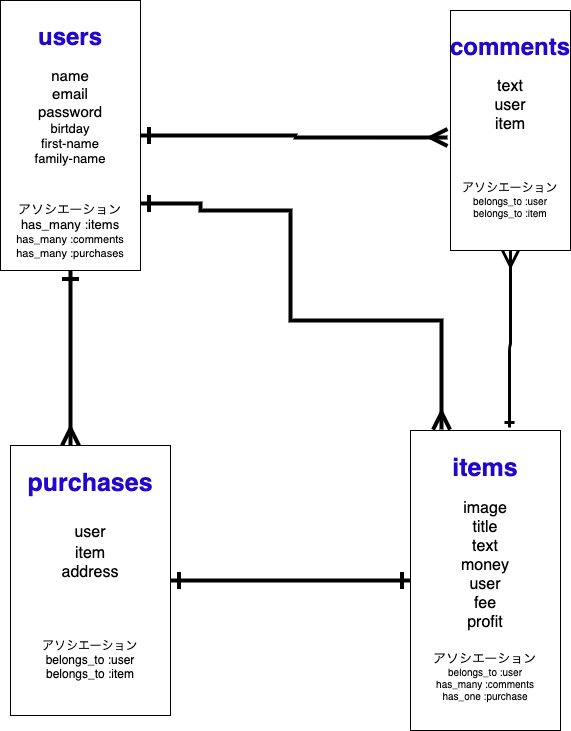
The draw.io diagram furima-28377 ER図.png in ryo-suzuki-seamagic/furima_28377, before a commit. Source tidied: cells renumbered, new cells last; positions are measured from the earlier drawing's top-left corner, leaving out a move shared by most shapes.
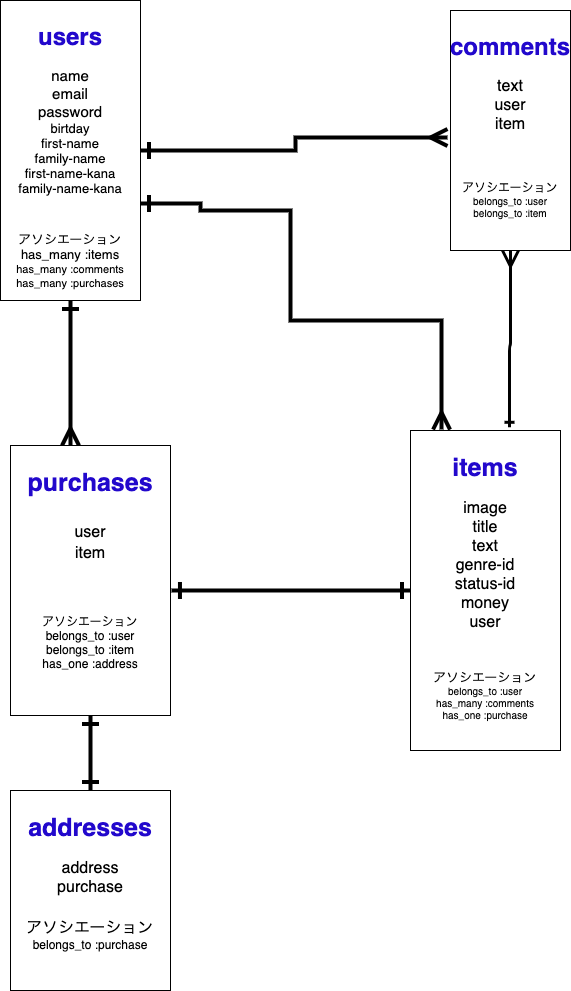
Above is the later version.

Commit message:
ER図、テーブル設計、remake2

Change to the diagram source:
```diff
@@ -22,20 +22,26 @@
     <mxCell id="5" style="edgeStyle=orthogonalEdgeStyle;rounded=0;jettySize=auto;html=1;exitX=0.5;exitY=1;exitDx=0;exitDy=0;entryX=0.375;entryY=0;entryDx=0;entryDy=0;entryPerimeter=0;startArrow=ERone;startFill=0;startSize=12;endArrow=ERmany;endFill=0;endSize=12;strokeWidth=4;" parent="1" edge="1" source="6" target="10">
       <mxGeometry relative="1" as="geometry" />
     </mxCell>
-    <mxCell id="6" value="&lt;h1&gt;&lt;font color=&quot;#2208cc&quot;&gt;users&lt;/font&gt;&lt;/h1&gt;&lt;div style=&quot;font-size: 15px&quot;&gt;&lt;font style=&quot;font-size: 15px&quot;&gt;name&lt;/font&gt;&lt;/div&gt;&lt;div style=&quot;font-size: 15px&quot;&gt;&lt;font style=&quot;font-size: 15px&quot;&gt;email&lt;/font&gt;&lt;/div&gt;&lt;div style=&quot;font-size: 15px&quot;&gt;&lt;font style=&quot;font-size: 15px&quot;&gt;password&lt;/font&gt;&lt;/div&gt;&lt;div style=&quot;font-size: 13px&quot;&gt;birtday&lt;/div&gt;&lt;div style=&quot;font-size: 13px&quot;&gt;first-name&lt;/div&gt;&lt;div style=&quot;font-size: 13px&quot;&gt;family-name&lt;/div&gt;&lt;div style=&quot;font-size: 15px&quot;&gt;&lt;font style=&quot;font-size: 15px&quot;&gt;&lt;br&gt;&lt;/font&gt;&lt;/div&gt;&lt;div style=&quot;font-size: 15px&quot;&gt;&lt;font style=&quot;font-size: 15px&quot;&gt;&lt;br&gt;&lt;/font&gt;&lt;/div&gt;&lt;div&gt;&lt;font style=&quot;font-size: 13px&quot;&gt;アソシエーション&lt;/font&gt;&lt;/div&gt;&lt;div&gt;&lt;font style=&quot;font-size: 13px&quot;&gt;has_many :items&lt;/font&gt;&lt;/div&gt;&lt;div&gt;&lt;font style=&quot;font-size: 11px&quot;&gt;has_many :comments&lt;/font&gt;&lt;/div&gt;&lt;div&gt;&lt;font style=&quot;font-size: 11px&quot;&gt;has_many :purchases&lt;/font&gt;&lt;/div&gt;" style="rounded=0;whiteSpace=wrap;html=1;verticalAlign=top;" parent="1" vertex="1">
-      <mxGeometry width="140" height="270" as="geometry" />
+    <mxCell id="6" value="&lt;h1&gt;&lt;font color=&quot;#2208cc&quot;&gt;users&lt;/font&gt;&lt;/h1&gt;&lt;div style=&quot;font-size: 15px&quot;&gt;&lt;font style=&quot;font-size: 15px&quot;&gt;name&lt;/font&gt;&lt;/div&gt;&lt;div style=&quot;font-size: 15px&quot;&gt;&lt;font style=&quot;font-size: 15px&quot;&gt;email&lt;/font&gt;&lt;/div&gt;&lt;div style=&quot;font-size: 15px&quot;&gt;&lt;font style=&quot;font-size: 15px&quot;&gt;password&lt;/font&gt;&lt;/div&gt;&lt;div style=&quot;font-size: 13px&quot;&gt;birtday&lt;/div&gt;&lt;div style=&quot;font-size: 13px&quot;&gt;first-name&lt;/div&gt;&lt;div style=&quot;font-size: 13px&quot;&gt;family-name&lt;/div&gt;&lt;div style=&quot;font-size: 13px&quot;&gt;&lt;div&gt;first-name-kana&lt;/div&gt;&lt;div&gt;family-name-kana&lt;/div&gt;&lt;/div&gt;&lt;div style=&quot;font-size: 15px&quot;&gt;&lt;font style=&quot;font-size: 15px&quot;&gt;&lt;br&gt;&lt;/font&gt;&lt;/div&gt;&lt;div style=&quot;font-size: 15px&quot;&gt;&lt;font style=&quot;font-size: 15px&quot;&gt;&lt;br&gt;&lt;/font&gt;&lt;/div&gt;&lt;div&gt;&lt;font style=&quot;font-size: 13px&quot;&gt;アソシエーション&lt;/font&gt;&lt;/div&gt;&lt;div&gt;&lt;font style=&quot;font-size: 13px&quot;&gt;has_many :items&lt;/font&gt;&lt;/div&gt;&lt;div&gt;&lt;font style=&quot;font-size: 11px&quot;&gt;has_many :comments&lt;/font&gt;&lt;/div&gt;&lt;div&gt;&lt;font style=&quot;font-size: 11px&quot;&gt;has_many :purchases&lt;/font&gt;&lt;/div&gt;" style="rounded=0;whiteSpace=wrap;html=1;verticalAlign=top;" parent="1" vertex="1">
+      <mxGeometry width="140" height="300" as="geometry" />
     </mxCell>
-    <mxCell id="7" value="&lt;h1&gt;&lt;font color=&quot;#2208cc&quot; style=&quot;font-size: 25px&quot;&gt;items&lt;/font&gt;&lt;/h1&gt;&lt;div style=&quot;font-size: 16px&quot;&gt;&lt;font style=&quot;font-size: 16px&quot;&gt;image&lt;/font&gt;&lt;/div&gt;&lt;div style=&quot;font-size: 16px&quot;&gt;&lt;font style=&quot;font-size: 16px&quot;&gt;title&lt;/font&gt;&lt;/div&gt;&lt;div style=&quot;font-size: 16px&quot;&gt;&lt;font style=&quot;font-size: 16px&quot;&gt;text&lt;/font&gt;&lt;/div&gt;&lt;div style=&quot;font-size: 16px&quot;&gt;money&lt;/div&gt;&lt;div style=&quot;font-size: 16px&quot;&gt;&lt;font style=&quot;font-size: 16px&quot;&gt;user&lt;/font&gt;&lt;/div&gt;&lt;div style=&quot;font-size: 16px&quot;&gt;&lt;font style=&quot;font-size: 16px&quot;&gt;fee&lt;/font&gt;&lt;/div&gt;&lt;div style=&quot;font-size: 16px&quot;&gt;&lt;font style=&quot;font-size: 16px&quot;&gt;profit&lt;/font&gt;&lt;/div&gt;&lt;div style=&quot;font-size: 16px&quot;&gt;&lt;font style=&quot;font-size: 16px&quot;&gt;&lt;br&gt;&lt;/font&gt;&lt;/div&gt;&lt;div&gt;&lt;font style=&quot;font-size: 13px&quot;&gt;アソシエーション&lt;/font&gt;&lt;/div&gt;&lt;div style=&quot;font-size: 10px&quot;&gt;&lt;font style=&quot;font-size: 10px&quot;&gt;belongs_to :user&lt;/font&gt;&lt;/div&gt;&lt;div style=&quot;font-size: 10px&quot;&gt;&lt;font style=&quot;font-size: 10px&quot;&gt;has_many :comments&lt;/font&gt;&lt;/div&gt;&lt;div style=&quot;font-size: 10px&quot;&gt;&lt;font style=&quot;font-size: 10px&quot;&gt;has_one :purchase&lt;/font&gt;&lt;/div&gt;" style="rounded=0;whiteSpace=wrap;html=1;verticalAlign=top;" parent="1" vertex="1">
-      <mxGeometry x="410" y="430" width="150" height="300" as="geometry" />
+    <mxCell id="7" value="&lt;h1&gt;&lt;font color=&quot;#2208cc&quot; style=&quot;font-size: 25px&quot;&gt;items&lt;/font&gt;&lt;/h1&gt;&lt;div style=&quot;font-size: 16px&quot;&gt;&lt;font style=&quot;font-size: 16px&quot;&gt;image&lt;/font&gt;&lt;/div&gt;&lt;div style=&quot;font-size: 16px&quot;&gt;&lt;font style=&quot;font-size: 16px&quot;&gt;title&lt;/font&gt;&lt;/div&gt;&lt;div style=&quot;font-size: 16px&quot;&gt;&lt;font style=&quot;font-size: 16px&quot;&gt;text&lt;/font&gt;&lt;/div&gt;&lt;div style=&quot;font-size: 16px&quot;&gt;&lt;font style=&quot;font-size: 16px&quot;&gt;genre-id&lt;/font&gt;&lt;/div&gt;&lt;div style=&quot;font-size: 16px&quot;&gt;&lt;font style=&quot;font-size: 16px&quot;&gt;status-id&lt;/font&gt;&lt;/div&gt;&lt;div style=&quot;font-size: 16px&quot;&gt;money&lt;/div&gt;&lt;div style=&quot;font-size: 16px&quot;&gt;&lt;font style=&quot;font-size: 16px&quot;&gt;user&lt;/font&gt;&lt;/div&gt;&lt;div style=&quot;font-size: 16px&quot;&gt;&lt;br&gt;&lt;/div&gt;&lt;div style=&quot;font-size: 16px&quot;&gt;&lt;font style=&quot;font-size: 16px&quot;&gt;&lt;br&gt;&lt;/font&gt;&lt;/div&gt;&lt;div&gt;&lt;font style=&quot;font-size: 13px&quot;&gt;アソシエーション&lt;/font&gt;&lt;/div&gt;&lt;div style=&quot;font-size: 10px&quot;&gt;&lt;font style=&quot;font-size: 10px&quot;&gt;belongs_to :user&lt;/font&gt;&lt;/div&gt;&lt;div style=&quot;font-size: 10px&quot;&gt;&lt;font style=&quot;font-size: 10px&quot;&gt;has_many :comments&lt;/font&gt;&lt;/div&gt;&lt;div style=&quot;font-size: 10px&quot;&gt;&lt;font style=&quot;font-size: 10px&quot;&gt;has_one :purchase&lt;/font&gt;&lt;/div&gt;" style="rounded=0;whiteSpace=wrap;html=1;verticalAlign=top;" parent="1" vertex="1">
+      <mxGeometry x="410" y="430" width="150" height="320" as="geometry" />
     </mxCell>
     <mxCell id="8" value="&lt;h1&gt;&lt;font color=&quot;#2208cc&quot;&gt;comments&lt;/font&gt;&lt;/h1&gt;&lt;div style=&quot;font-size: 16px&quot;&gt;&lt;font style=&quot;font-size: 16px&quot;&gt;text&lt;/font&gt;&lt;/div&gt;&lt;div style=&quot;font-size: 16px&quot;&gt;&lt;font style=&quot;font-size: 16px&quot;&gt;user&lt;/font&gt;&lt;/div&gt;&lt;div style=&quot;font-size: 16px&quot;&gt;&lt;font style=&quot;font-size: 16px&quot;&gt;item&lt;/font&gt;&lt;/div&gt;&lt;div style=&quot;font-size: 16px&quot;&gt;&lt;font style=&quot;font-size: 16px&quot;&gt;&lt;br&gt;&lt;/font&gt;&lt;/div&gt;&lt;div&gt;&lt;font style=&quot;font-size: 12px&quot;&gt;&lt;br&gt;&lt;/font&gt;&lt;/div&gt;&lt;div&gt;&lt;font style=&quot;font-size: 12px&quot;&gt;&lt;br&gt;&lt;/font&gt;&lt;/div&gt;&lt;div&gt;アソシエーション&lt;/div&gt;&lt;div style=&quot;font-size: 10px&quot;&gt;belongs_to :user&lt;/div&gt;&lt;div style=&quot;font-size: 10px&quot;&gt;belongs_to :item&lt;/div&gt;" style="rounded=0;whiteSpace=wrap;html=1;verticalAlign=top;" parent="1" vertex="1">
       <mxGeometry x="450" y="10" width="120" height="240" as="geometry" />
     </mxCell>
-    <mxCell id="9" style="edgeStyle=orthogonalEdgeStyle;rounded=0;jettySize=auto;html=1;exitX=1;exitY=0.5;exitDx=0;exitDy=0;entryX=0;entryY=0.5;entryDx=0;entryDy=0;startArrow=ERone;startFill=0;startSize=12;endArrow=ERone;endFill=0;endSize=12;strokeWidth=4;" parent="1" edge="1" source="10" target="7">
+    <mxCell id="9" style="edgeStyle=orthogonalEdgeStyle;rounded=0;jettySize=auto;html=1;exitX=1.006;exitY=0.537;exitDx=0;exitDy=0;entryX=0;entryY=0.5;entryDx=0;entryDy=0;startArrow=ERone;startFill=0;startSize=12;endArrow=ERone;endFill=0;endSize=12;strokeWidth=4;exitPerimeter=0;" parent="1" edge="1" source="10" target="7">
       <mxGeometry relative="1" as="geometry" />
     </mxCell>
+    <mxCell id="11" style="edgeStyle=orthogonalEdgeStyle;rounded=0;jettySize=auto;html=1;entryX=0.5;entryY=0;entryDx=0;entryDy=0;startArrow=ERone;startFill=0;startSize=12;endArrow=ERone;endFill=0;endSize=12;strokeWidth=4;" parent="1" edge="1" source="10" target="12">
+      <mxGeometry relative="1" as="geometry" />
+    </mxCell>
-    <mxCell id="10" value="&lt;h1&gt;&lt;font color=&quot;#2208cc&quot; style=&quot;font-size: 25px&quot;&gt;purchases&lt;/font&gt;&lt;/h1&gt;&lt;div&gt;&lt;span style=&quot;font-size: 16px&quot;&gt;user&lt;/span&gt;&lt;font color=&quot;#2208cc&quot; style=&quot;font-size: 25px&quot;&gt;&lt;br&gt;&lt;/font&gt;&lt;/div&gt;&lt;div&gt;&lt;span style=&quot;font-size: 16px&quot;&gt;item&lt;/span&gt;&lt;/div&gt;&lt;div&gt;&lt;span style=&quot;font-size: 16px&quot;&gt;address&lt;/span&gt;&lt;/div&gt;&lt;div&gt;&lt;span style=&quot;font-size: 16px&quot;&gt;&lt;br&gt;&lt;/span&gt;&lt;/div&gt;&lt;div&gt;&lt;span style=&quot;font-size: 16px&quot;&gt;&lt;br&gt;&lt;/span&gt;&lt;/div&gt;&lt;div&gt;&lt;span style=&quot;font-size: 16px&quot;&gt;&lt;br&gt;&lt;/span&gt;&lt;/div&gt;&lt;div&gt;&lt;span&gt;アソシエーション&lt;/span&gt;&lt;/div&gt;&lt;div&gt;&lt;span&gt;belongs_to :user&lt;/span&gt;&lt;/div&gt;&lt;div&gt;belongs_to :item&lt;/div&gt;&lt;div&gt;&lt;br&gt;&lt;/div&gt;&lt;h1 style=&quot;color: rgb(0 , 0 , 0) ; font-family: &amp;#34;helvetica&amp;#34; ; font-style: normal ; letter-spacing: normal ; text-align: center ; text-indent: 0px ; text-transform: none ; word-spacing: 0px ; background-color: rgb(248 , 249 , 250)&quot;&gt;&lt;/h1&gt;" style="rounded=0;whiteSpace=wrap;html=1;verticalAlign=top;" parent="1" vertex="1">
+    <mxCell id="10" value="&lt;h1&gt;&lt;font color=&quot;#2208cc&quot; style=&quot;font-size: 25px&quot;&gt;purchases&lt;/font&gt;&lt;/h1&gt;&lt;div&gt;&lt;span style=&quot;font-size: 16px&quot;&gt;user&lt;/span&gt;&lt;font color=&quot;#2208cc&quot; style=&quot;font-size: 25px&quot;&gt;&lt;br&gt;&lt;/font&gt;&lt;/div&gt;&lt;div&gt;&lt;span style=&quot;font-size: 16px&quot;&gt;item&lt;/span&gt;&lt;/div&gt;&lt;div&gt;&lt;br&gt;&lt;/div&gt;&lt;div&gt;&lt;span style=&quot;font-size: 16px&quot;&gt;&lt;br&gt;&lt;/span&gt;&lt;/div&gt;&lt;div&gt;&lt;span style=&quot;font-size: 16px&quot;&gt;&lt;br&gt;&lt;/span&gt;&lt;/div&gt;&lt;div&gt;&lt;span&gt;アソシエーション&lt;/span&gt;&lt;/div&gt;&lt;div&gt;&lt;span&gt;belongs_to :user&lt;/span&gt;&lt;/div&gt;&lt;div&gt;belongs_to :item&lt;/div&gt;&lt;div&gt;has_one :address&lt;/div&gt;&lt;h1 style=&quot;color: rgb(0 , 0 , 0) ; font-family: &amp;#34;helvetica&amp;#34; ; font-style: normal ; letter-spacing: normal ; text-align: center ; text-indent: 0px ; text-transform: none ; word-spacing: 0px ; background-color: rgb(248 , 249 , 250)&quot;&gt;&lt;/h1&gt;" style="rounded=0;whiteSpace=wrap;html=1;verticalAlign=top;" parent="1" vertex="1">
       <mxGeometry x="10" y="445" width="160" height="270" as="geometry" />
     </mxCell>
+    <mxCell id="12" value="&lt;h1&gt;&lt;font color=&quot;#2208cc&quot; style=&quot;font-size: 25px&quot;&gt;addresses&lt;/font&gt;&lt;/h1&gt;&lt;div&gt;&lt;div style=&quot;font-size: 12px&quot;&gt;&lt;span style=&quot;font-size: 16px&quot;&gt;address&lt;/span&gt;&lt;/div&gt;&lt;div style=&quot;font-size: 12px&quot;&gt;&lt;span style=&quot;font-size: 16px&quot;&gt;purchase&lt;/span&gt;&lt;/div&gt;&lt;div style=&quot;font-size: 18px&quot;&gt;&lt;span style=&quot;font-size: 16px&quot;&gt;&lt;br&gt;&lt;/span&gt;&lt;/div&gt;&lt;div&gt;&lt;span style=&quot;font-size: 16px&quot;&gt;アソシエーション&lt;/span&gt;&lt;/div&gt;&lt;/div&gt;&lt;div&gt;belongs_to :purchase&lt;/div&gt;" style="rounded=0;whiteSpace=wrap;html=1;verticalAlign=top;" parent="1" vertex="1">
+      <mxGeometry x="10" y="790" width="160" height="200" as="geometry" />
+    </mxCell>
   </root>
 </mxGraphModel>
```
